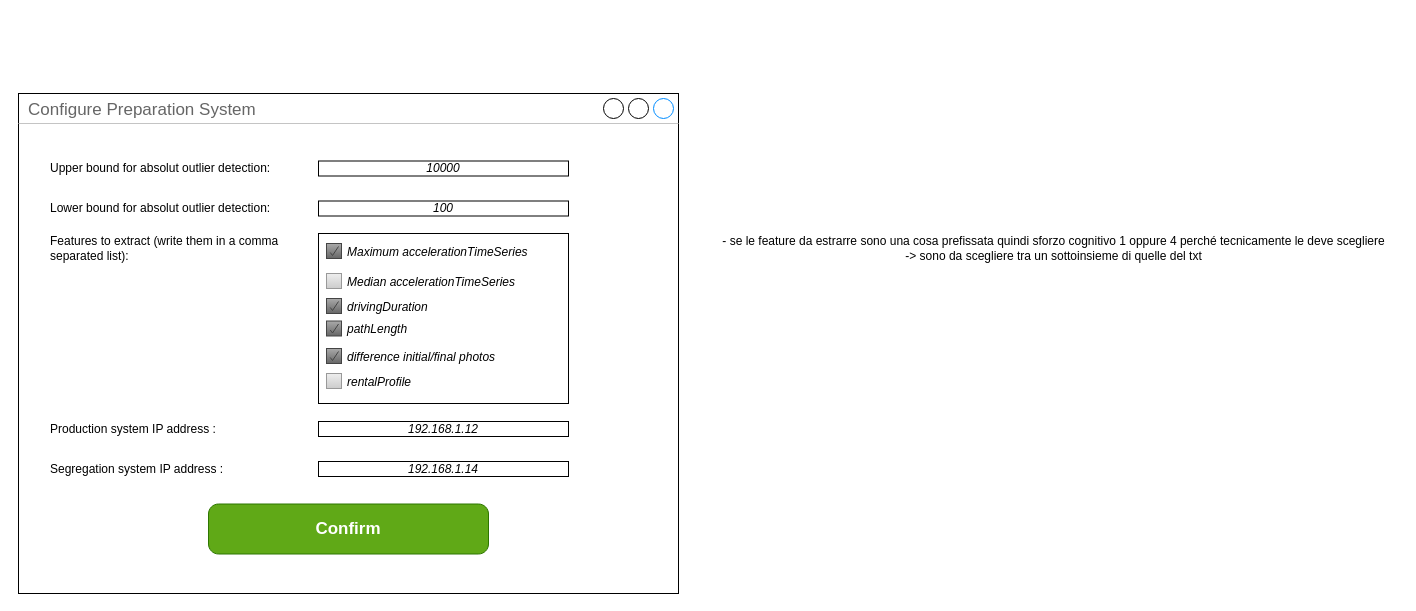
Before: configure/preparation system (CAPE)/preparation_system.drawio in BaffoBello14/AutomaticDamagesRecognition, a draw.io diagram. Source tidied: cells renumbered, new cells numbered last; positions are measured from the earlier drawing's top-left corner, leaving out a move shared by most shapes. Both pictures are drawn from the tidied source at 100%, with x=0, y=0 at pixel (18, 93).
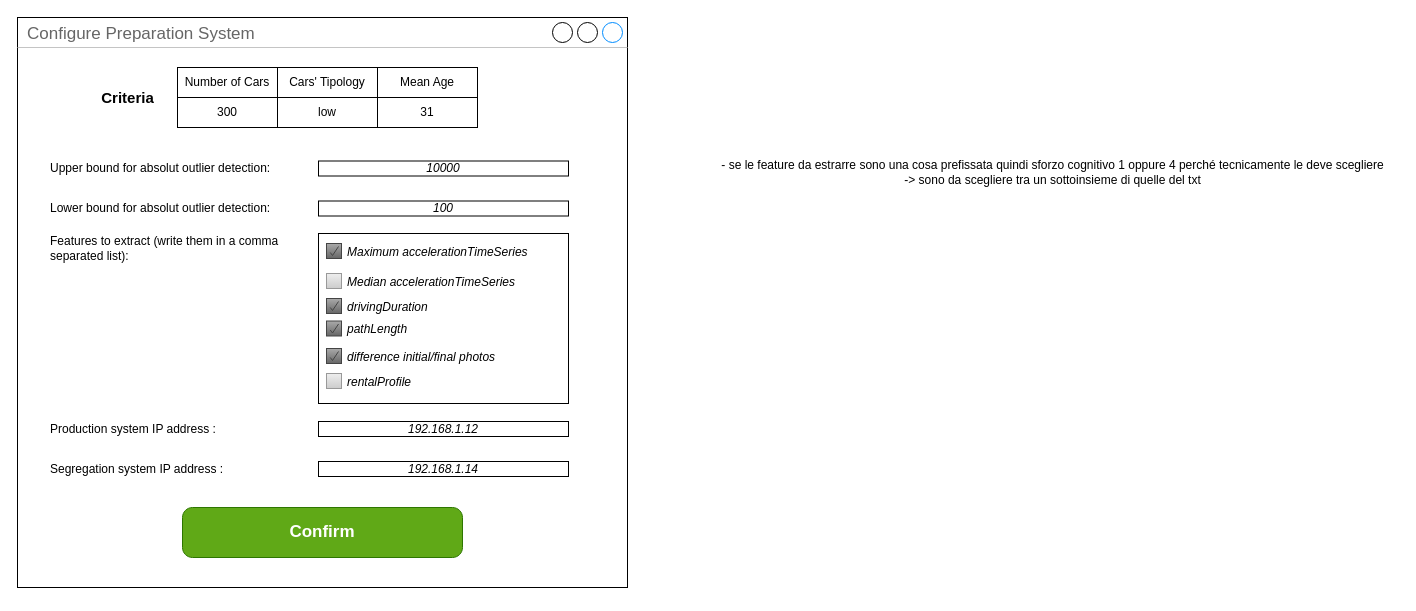
The same diagram, later.

Commit message (it also covers changes not shown here):
Update configuration for ingestion system (CAPE)

What changed in the source:
```diff
@@
     <mxCell id="2" value="Configure Preparation System" style="strokeWidth=1;shadow=0;dashed=0;align=center;html=1;shape=mxgraph.mockup.containers.window;align=left;verticalAlign=top;spacingLeft=8;strokeColor2=#008cff;strokeColor3=#c4c4c4;fontColor=#666666;mainText=;fontSize=17;labelBackgroundColor=none;whiteSpace=wrap;" parent="1" vertex="1">
-      <mxGeometry width="660" height="500" as="geometry" />
+      <mxGeometry x="-1" y="-76" width="610" height="570" as="geometry" />
     </mxCell>
     <mxCell id="3" value="Confirm" style="strokeWidth=1;shadow=0;dashed=0;align=center;html=1;shape=mxgraph.mockup.buttons.button;strokeColor=#2D7600;fontColor=#ffffff;mainText=;buttonStyle=round;fontSize=17;fontStyle=1;fillColor=#60a917;whiteSpace=wrap;" parent="1" vertex="1">
-      <mxGeometry x="190" y="410.5" width="280" height="50" as="geometry" />
+      <mxGeometry x="164" y="414" width="280" height="50" as="geometry" />
     </mxCell>
@@
     <mxCell id="20" value="&lt;div&gt;- se le feature da estrarre sono una cosa prefissata quindi sforzo cognitivo 1 oppure 4 perché tecnicamente le deve scegliere&lt;/div&gt;&lt;div&gt;-&amp;gt; sono da scegliere tra un sottoinsieme di quelle del txt&lt;/div&gt;" style="text;html=1;align=center;verticalAlign=middle;strokeColor=none;fillColor=none;" parent="1" vertex="1">
-      <mxGeometry x="690" y="135" width="690" height="40" as="geometry" />
+      <mxGeometry x="689" y="59" width="690" height="40" as="geometry" />
     </mxCell>
+    <mxCell id="21" style="group;" parent="1" vertex="1">
+      <mxGeometry x="159" y="-26" width="300" height="60" as="geometry" />
+    </mxCell>
+    <mxCell id="22" value="Number of Cars" style="whiteSpace=wrap;html=1;" parent="21" vertex="1">
+      <mxGeometry width="100" height="30" as="geometry" />
+    </mxCell>
+    <mxCell id="23" value="Cars' Tipology" style="whiteSpace=wrap;html=1;" parent="21" vertex="1">
+      <mxGeometry x="100" width="100" height="30" as="geometry" />
+    </mxCell>
+    <mxCell id="24" value="Mean Age" style="whiteSpace=wrap;html=1;" parent="21" vertex="1">
+      <mxGeometry x="200" width="100" height="30" as="geometry" />
+    </mxCell>
+    <mxCell id="25" value="300" style="whiteSpace=wrap;html=1;" parent="21" vertex="1">
+      <mxGeometry y="30" width="100" height="30" as="geometry" />
+    </mxCell>
+    <mxCell id="26" value="low" style="whiteSpace=wrap;html=1;" parent="21" vertex="1">
+      <mxGeometry x="100" y="30" width="100" height="30" as="geometry" />
+    </mxCell>
+    <mxCell id="27" value="31" style="whiteSpace=wrap;html=1;" parent="21" vertex="1">
+      <mxGeometry x="200" y="30" width="100" height="30" as="geometry" />
+    </mxCell>
+    <mxCell id="28" value="&lt;b&gt;&lt;font style=&quot;font-size: 15px;&quot;&gt;Criteria&lt;/font&gt;&lt;/b&gt;" style="text;html=1;align=center;verticalAlign=middle;strokeColor=none;fillColor=none;" parent="1" vertex="1">
+      <mxGeometry x="69" y="-11" width="80" height="30" as="geometry" />
+    </mxCell>
```
